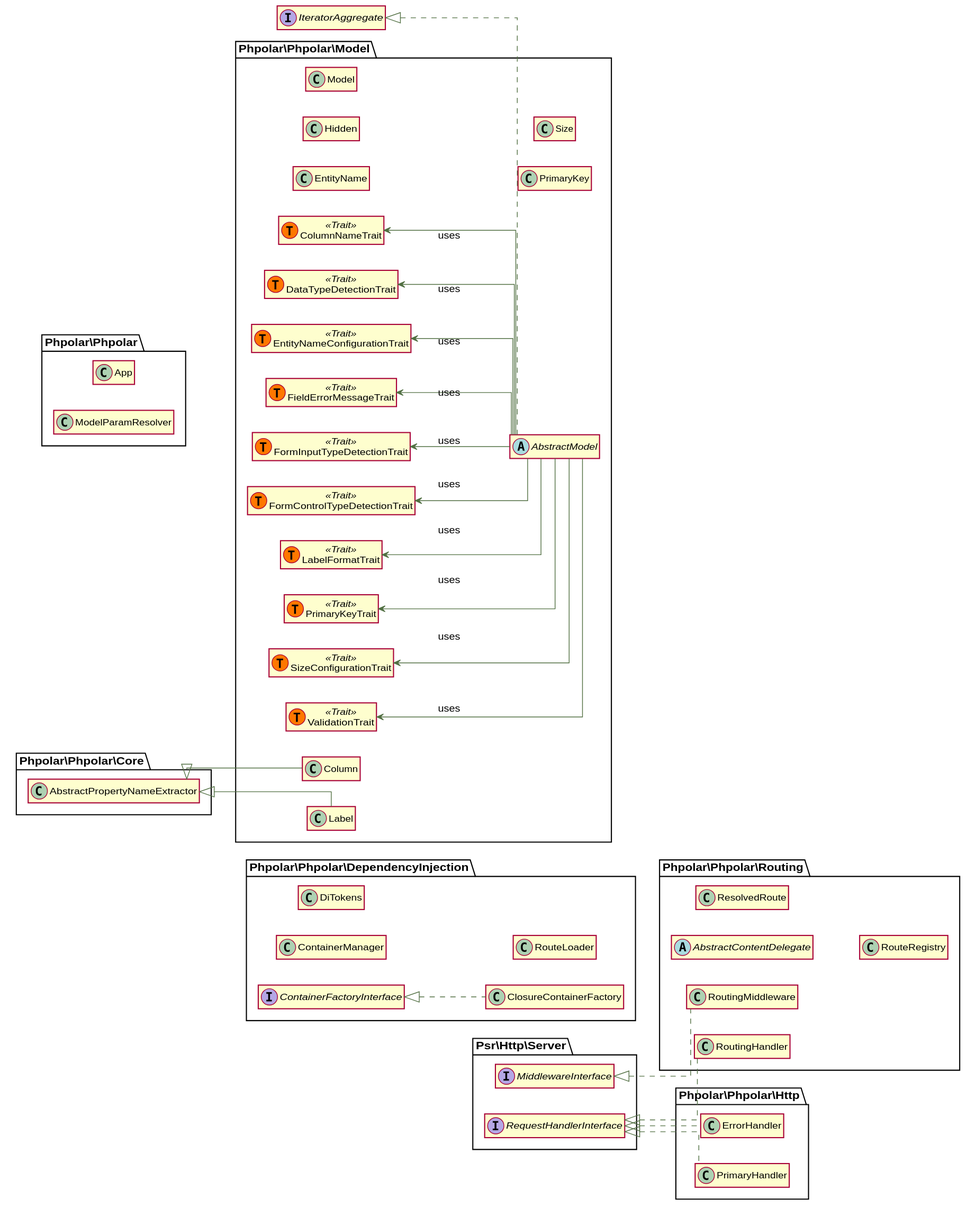
Above: docs/graphs/classes.svg in phpolar/phpolar (PlantUML), before the change.
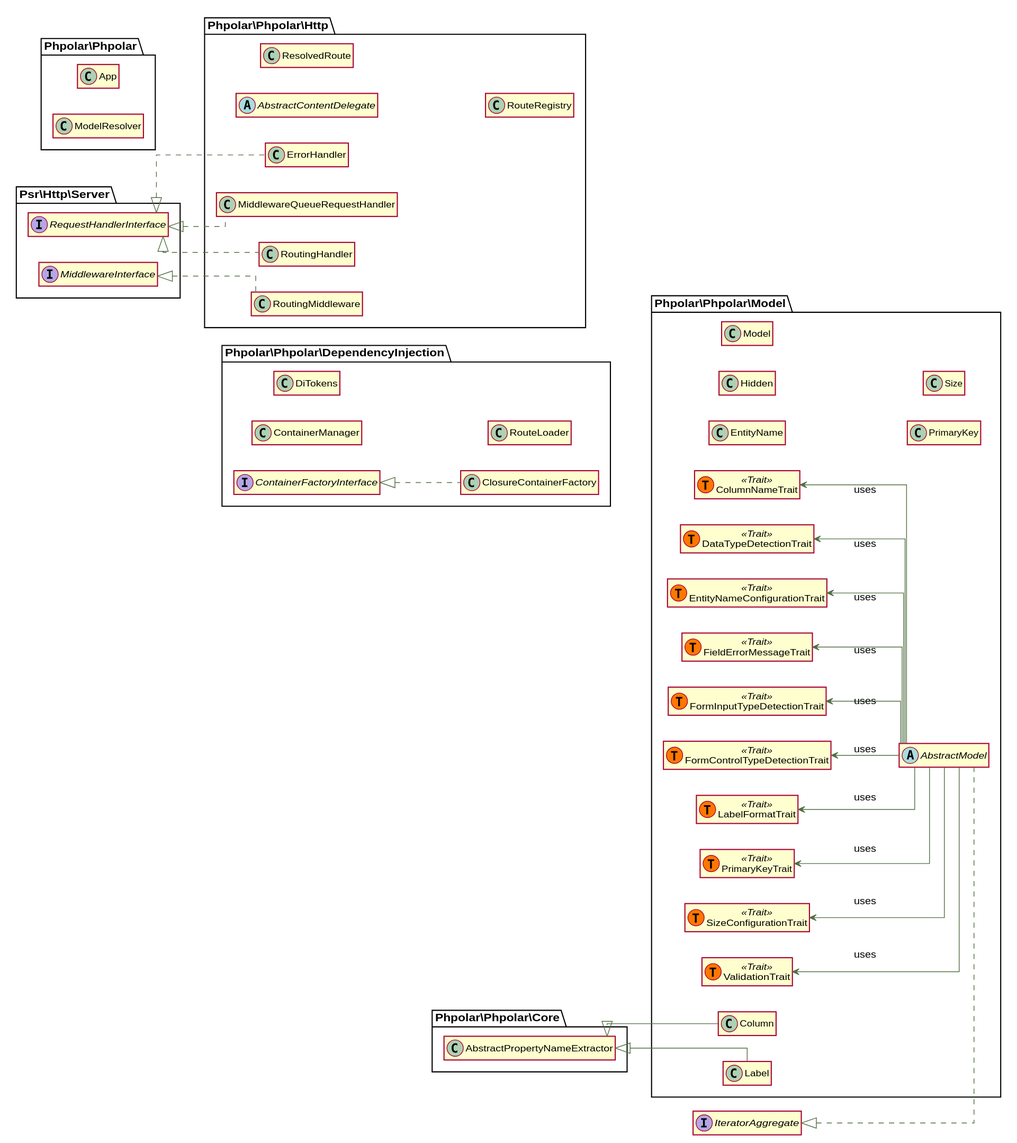
Above is the later version.

Change to the diagram source:
```diff
@@ -16,7 +16,7 @@
 class \\Phpolar\\Phpolar\\App {
 }
 
-class \\Phpolar\\Phpolar\\ModelParamResolver {
+class \\Phpolar\\Phpolar\\ModelResolver {
 }
 
 class \\Phpolar\\Phpolar\\DependencyInjection\\ClosureContainerFactory implements \\Phpolar\\Phpolar\\DependencyInjection\\ContainerFactoryInterface {
@@ -34,10 +34,25 @@
 interface \\Phpolar\\Phpolar\\DependencyInjection\\ContainerFactoryInterface {
 }
 
+abstract class \\Phpolar\\Phpolar\\Http\\AbstractContentDelegate {
+}
+
 class \\Phpolar\\Phpolar\\Http\\ErrorHandler implements \\Psr\\Http\\Server\\RequestHandlerInterface {
 }
 
-class \\Phpolar\\Phpolar\\Http\\PrimaryHandler implements \\Psr\\Http\\Server\\RequestHandlerInterface {
+class \\Phpolar\\Phpolar\\Http\\MiddlewareQueueRequestHandler implements \\Psr\\Http\\Server\\RequestHandlerInterface {
+}
+
+class \\Phpolar\\Phpolar\\Http\\ResolvedRoute {
+}
+
+class \\Phpolar\\Phpolar\\Http\\RouteRegistry {
+}
+
+class \\Phpolar\\Phpolar\\Http\\RoutingHandler implements \\Psr\\Http\\Server\\RequestHandlerInterface {
+}
+
+class \\Phpolar\\Phpolar\\Http\\RoutingMiddleware implements \\Psr\\Http\\Server\\MiddlewareInterface {
 }
 \\Phpolar\\Phpolar\\Model\\ColumnNameTrait <-- \\Phpolar\\Phpolar\\Model\\AbstractModel : uses
 \\Phpolar\\Phpolar\\Model\\DataTypeDetectionTrait <-- \\Phpolar\\Phpolar\\Model\\AbstractModel : uses
@@ -104,19 +119,4 @@
 class \\Phpolar\\Phpolar\\Model\\ValidationTrait << (T,#FF7700) Trait >> {
 }
 
-abstract class \\Phpolar\\Phpolar\\Routing\\AbstractContentDelegate {
-}
-
-class \\Phpolar\\Phpolar\\Routing\\ResolvedRoute {
-}
-
-class \\Phpolar\\Phpolar\\Routing\\RouteRegistry {
-}
-
-class \\Phpolar\\Phpolar\\Routing\\RoutingHandler implements \\Psr\\Http\\Server\\RequestHandlerInterface {
-}
-
-class \\Phpolar\\Phpolar\\Routing\\RoutingMiddleware implements \\Psr\\Http\\Server\\MiddlewareInterface {
-}
-
 @enduml
```
